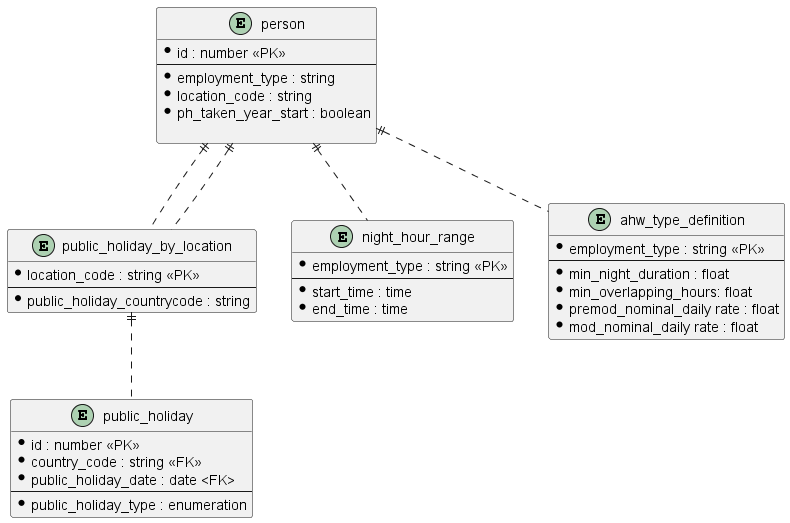
The PlantUML diagram docs/containers/rest-api/images/storage-model-ref-external.png in UKHomeOffice/callisto-accruals-restapi, before a commit. Its diagram source:
```plantuml
@startuml

entity person {
  * id : number <<PK>>
  --
  * employment_type : string
  * location_code : string
  * ph_taken_year_start : boolean

}

entity public_holiday_by_location {
  * location_code : string <<PK>>
  --
  * public_holiday_countrycode : string
}

person ||.. public_holiday_by_location

entity public_holiday {
  * id : number <<PK>>
  * country_code : string <<FK>>
  * public_holiday_date : date <FK>
  --
  * public_holiday_type : enumeration
}

person ||.. public_holiday_by_location
public_holiday_by_location ||.. public_holiday

entity night_hour_range {
  * employment_type : string <<PK>>
  --
  * start_time : time
  * end_time : time
}

person ||.. night_hour_range

entity ahw_type_definition {
  * employment_type : string <<PK>>
  --
  * min_night_duration : float
  * min_overlapping_hours: float
  * premod_nominal_daily rate : float
  * mod_nominal_daily rate : float
}


person ||.. ahw_type_definition

@enduml
```
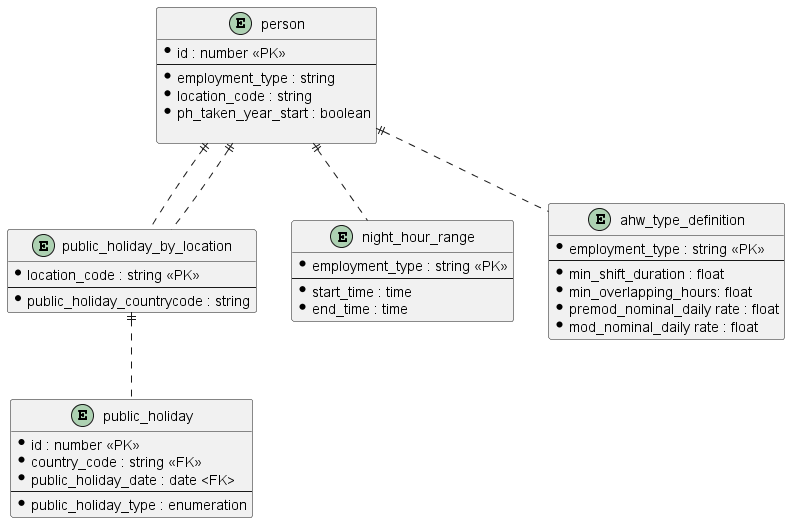
Above is the later version.

The edit, as a diff of the source:
```diff
@@ -40,7 +40,7 @@
 entity ahw_type_definition {
   * employment_type : string <<PK>>
   --
-  * min_night_duration : float
+  * min_shift_duration : float
   * min_overlapping_hours: float
   * premod_nominal_daily rate : float
   * mod_nominal_daily rate : float
```
